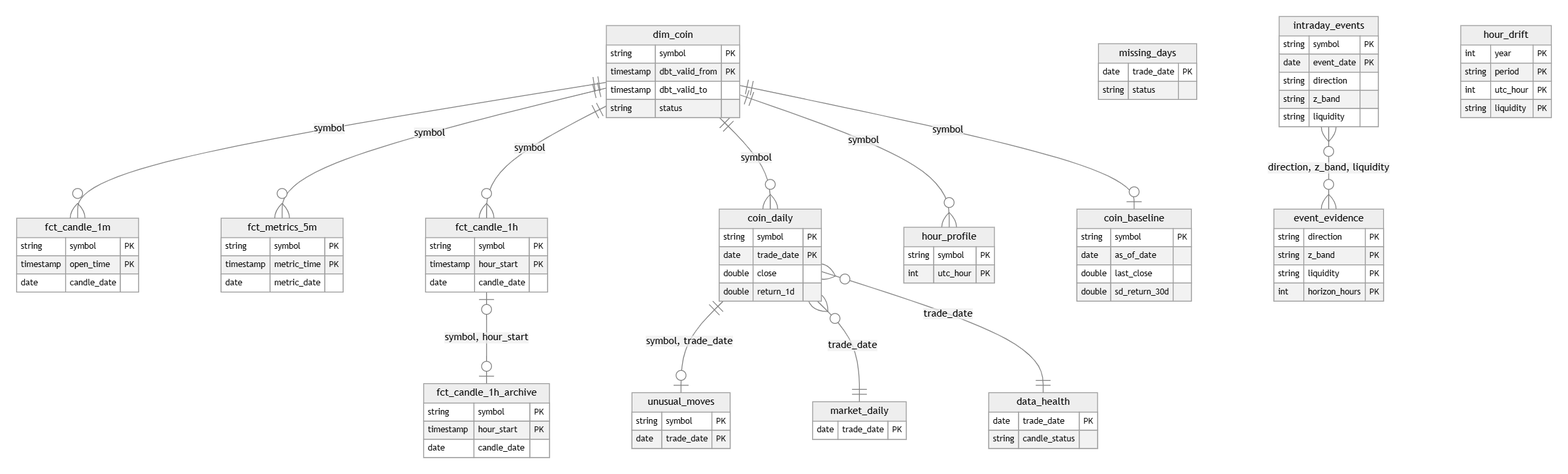
The Mermaid diagram docs/images/diagrams/market-tables.png in shivam65-sketch/medusa, before a commit. Its source is kept beside it as docs/diagrams/market-tables.mmd. Source of this version:
```mermaid
%%{init: {"theme": "neutral"}}%%
erDiagram
  dim_coin {
    string symbol PK
    timestamp dbt_valid_from PK
    timestamp dbt_valid_to
    string status
  }
  fct_candle_1m {
    string symbol PK
    timestamp open_time PK
    date candle_date
  }
  fct_metrics_5m {
    string symbol PK
    timestamp metric_time PK
    date metric_date
  }
  fct_candle_1h {
    string symbol PK
    timestamp hour_start PK
    date candle_date
  }
  fct_candle_1h_archive {
    string symbol PK
    timestamp hour_start PK
    date candle_date
  }
  coin_daily {
    string symbol PK
    date trade_date PK
    double close
    double return_1d
  }
  market_daily {
    date trade_date PK
  }
  data_health {
    date trade_date PK
    string candle_status
  }
  missing_days {
    date trade_date PK
    string status
  }
  unusual_moves {
    string symbol PK
    date trade_date PK
  }
  hour_profile {
    string symbol PK
    int utc_hour PK
  }
  coin_baseline {
    string symbol PK
    date as_of_date
    double last_close
    double sd_return_30d
  }
  intraday_events {
    string symbol PK
    date event_date PK
    string direction
    string z_band
    string liquidity
  }
  event_evidence {
    string direction PK
    string z_band PK
    string liquidity PK
    int horizon_hours PK
  }
  hour_drift {
    int year PK
    string period PK
    int utc_hour PK
    string liquidity PK
  }
  dim_coin ||--o{ fct_candle_1m : "symbol"
  dim_coin ||--o{ fct_metrics_5m : "symbol"
  dim_coin ||--o{ fct_candle_1h : "symbol"
  dim_coin ||--o{ coin_daily : "symbol"
  dim_coin ||--o| coin_baseline : "symbol"
  dim_coin ||--o{ hour_profile : "symbol"
  fct_candle_1h |o--o| fct_candle_1h_archive : "symbol, hour_start"
  coin_daily ||--o| unusual_moves : "symbol, trade_date"
  coin_daily }o--|| market_daily : "trade_date"
  coin_daily }o--|| data_health : "trade_date"
  intraday_events }o--o{ event_evidence : "direction, z_band, liquidity"
```
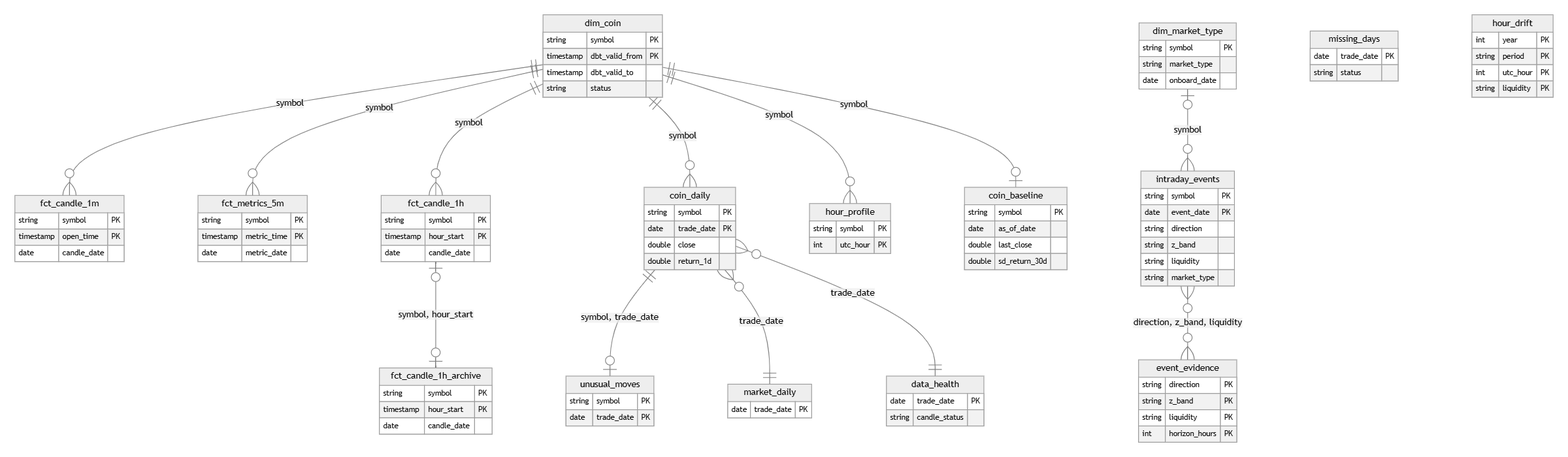
After the commit.

Change to the diagram source:
```diff
@@ -5,6 +5,11 @@
     timestamp dbt_valid_from PK
     timestamp dbt_valid_to
     string status
+  }
+  dim_market_type {
+    string symbol PK
+    string market_type
+    date onboard_date
   }
   fct_candle_1m {
     string symbol PK
@@ -63,6 +68,7 @@
     string direction
     string z_band
     string liquidity
+    string market_type
   }
   event_evidence {
     string direction PK
@@ -87,3 +93,4 @@
   coin_daily }o--|| market_daily : "trade_date"
   coin_daily }o--|| data_health : "trade_date"
   intraday_events }o--o{ event_evidence : "direction, z_band, liquidity"
+  dim_market_type |o--o{ intraday_events : "symbol"
```
